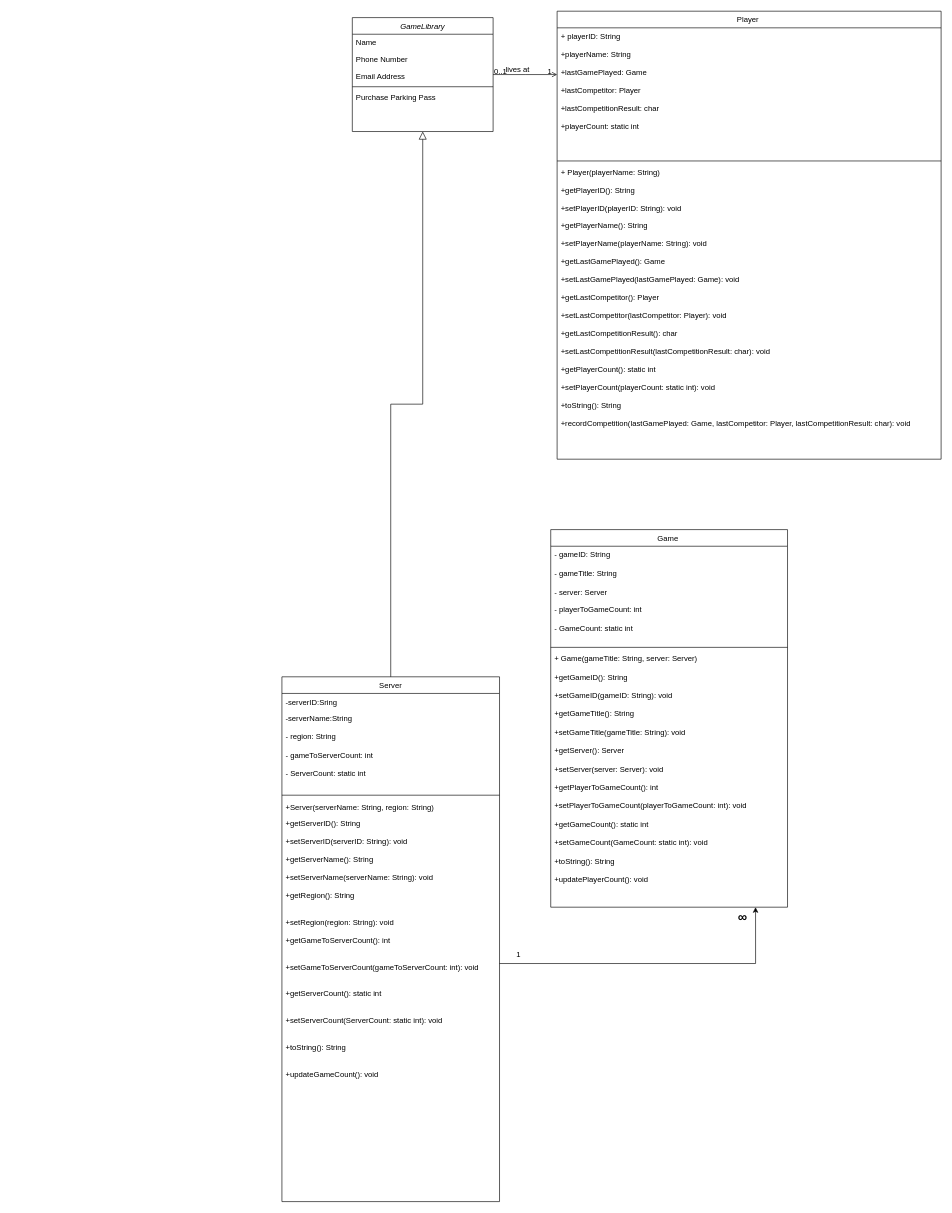
This is Untitled Diagram.drawio from Nada-saad635/Game-Management-System, a draw.io file, before an edit. Source tidied: cells renumbered, new cells numbered last; positions are measured from the earlier drawing's top-left corner, leaving out a move shared by most shapes. Both pictures are drawn from the tidied source at 64%, with x=0, y=0 at pixel (282, 11).
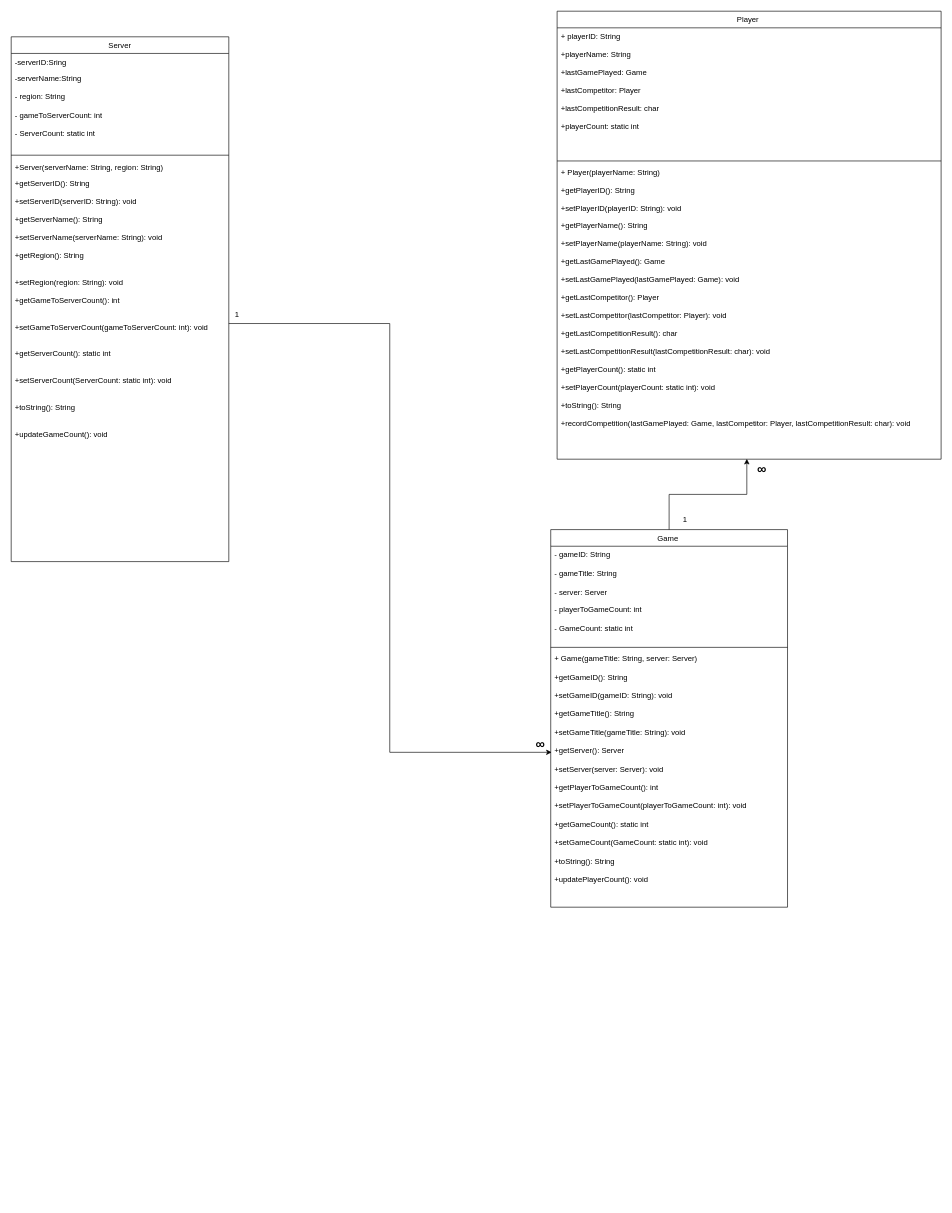
The same diagram, later.

Unchanged cells that the change refers to:
```xml
<mxCell id="14" value="+getServerID(): String&#10;&#10;+setServerID(serverID: String): void&#10;&#10;+getServerName(): String&#10;&#10;+setServerName(serverName: String): void&#10;&#10;+getRegion(): String&#10;&#10;&#10;+setRegion(region: String): void&#10; &#10;+getGameToServerCount(): int&#10;&#10;&#10;+setGameToServerCount(gameToServerCount: int): void&#10;&#10;&#10;+getServerCount(): static int&#10;&#10;&#10;+setServerCount(ServerCount: static int): void&#10;&#10;&#10;+toString(): String&#10;&#10;&#10;+updateGameCount(): void&#10;" style="text;align=left;verticalAlign=top;spacingLeft=4;spacingRight=4;overflow=hidden;points=[[0,0.5],[1,0.5]];portConstraint=eastwest;" parent="8" vertex="1">
  <mxGeometry y="216" width="340" height="464" as="geometry" />
</mxCell>
<mxCell id="16" value="Player " style="swimlane;fontStyle=0;align=center;verticalAlign=top;horizontal=1;startSize=26;rounded=0;shadow=0;strokeWidth=1;" parent="1" vertex="1">
  <mxGeometry x="430" width="600" height="700" as="geometry" />
</mxCell>
<mxCell id="19" value="+ Player(playerName: String) &#10;&#10;+getPlayerID(): String&#10;&#10;+setPlayerID(playerID: String): void&#10;&#10;+getPlayerName(): String&#10;&#10;+setPlayerName(playerName: String): void&#10;&#10;+getLastGamePlayed(): Game&#10;&#10;+setLastGamePlayed(lastGamePlayed: Game): void&#10;&#10;+getLastCompetitor(): Player&#10;&#10;+setLastCompetitor(lastCompetitor: Player): void&#10;&#10;+getLastCompetitionResult(): char&#10;&#10;+setLastCompetitionResult(lastCompetitionResult: char): void&#10;&#10;+getPlayerCount(): static int&#10;&#10;+setPlayerCount(playerCount: static int): void&#10;&#10;+toString(): String&#10;&#10;+recordCompetition(lastGamePlayed: Game, lastCompetitor: Player, lastCompetitionResult: char): void" style="text;align=left;verticalAlign=top;spacingLeft=4;spacingRight=4;overflow=hidden;points=[[0,0.5],[1,0.5]];portConstraint=eastwest;" parent="16" vertex="1">
  <mxGeometry y="238" width="600" height="462" as="geometry" />
</mxCell>
<mxCell id="24" value="&lt;span style=&quot;font-weight: 400; text-wrap-mode: nowrap;&quot;&gt;Game&amp;nbsp;&lt;/span&gt;" style="swimlane;fontStyle=1;align=center;verticalAlign=top;horizontal=1;startSize=26;whiteSpace=wrap;html=1;" parent="1" vertex="1">
  <mxGeometry x="420" y="810" width="370" height="590" as="geometry" />
</mxCell>
<mxCell id="27" value="+ Game(gameTitle: String, server: Server)&amp;nbsp;&lt;div&gt;&lt;br&gt;+getGameID(): String&lt;/div&gt;&lt;div&gt;&lt;br&gt;+setGameID(gameID: String): void&lt;/div&gt;&lt;div&gt;&lt;br&gt;+getGameTitle(): String&lt;/div&gt;&lt;div&gt;&lt;br&gt;+setGameTitle(gameTitle: String): void&lt;/div&gt;&lt;div&gt;&lt;br&gt;+getServer(): Server&lt;/div&gt;&lt;div&gt;&lt;br&gt;+setServer(server: Server): void&lt;/div&gt;&lt;div&gt;&lt;br&gt;+getPlayerToGameCount(): int&lt;/div&gt;&lt;div&gt;&lt;br&gt;+setPlayerToGameCount(playerToGameCount: int): void&lt;/div&gt;&lt;div&gt;&lt;br&gt;+getGameCount(): static int&lt;/div&gt;&lt;div&gt;&lt;br&gt;+setGameCount(GameCount: static int): void&lt;/div&gt;&lt;div&gt;&lt;br&gt;+toString(): String&lt;/div&gt;&lt;div&gt;&lt;br&gt;+updatePlayerCount(): void&lt;/div&gt;&lt;div&gt;&lt;br&gt;&lt;/div&gt;" style="text;strokeColor=none;fillColor=none;align=left;verticalAlign=top;spacingLeft=4;spacingRight=4;overflow=hidden;points=[[0,0.5],[1,0.5]];portConstraint=eastwest;whiteSpace=wrap;html=1;" parent="24" vertex="1">
  <mxGeometry y="188" width="370" height="402" as="geometry" />
</mxCell>
```

What changed in the source:
```diff
@@
-    <mxCell id="2" value="GameLibrary" style="swimlane;fontStyle=2;align=center;verticalAlign=top;horizontal=1;startSize=26;rounded=0;shadow=0;strokeWidth=1;" parent="1" vertex="1">
-      <mxGeometry x="110" y="10" width="220" height="178" as="geometry" />
-    </mxCell>
-    <mxCell id="3" value="Name" style="text;align=left;verticalAlign=top;spacingLeft=4;spacingRight=4;overflow=hidden;" parent="2" vertex="1">
-      <mxGeometry y="26" width="220" height="26" as="geometry" />
-    </mxCell>
-    <mxCell id="4" value="Phone Number" style="text;align=left;verticalAlign=top;spacingLeft=4;spacingRight=4;overflow=hidden;rounded=0;shadow=0;html=0;" parent="2" vertex="1">
-      <mxGeometry y="52" width="220" height="26" as="geometry" />
-    </mxCell>
-    <mxCell id="5" value="Email Address" style="text;align=left;verticalAlign=top;spacingLeft=4;spacingRight=4;overflow=hidden;rounded=0;shadow=0;html=0;" parent="2" vertex="1">
-      <mxGeometry y="78" width="220" height="26" as="geometry" />
-    </mxCell>
-    <mxCell id="6" style="line;html=1;strokeWidth=1;align=left;verticalAlign=middle;spacingTop=-1;spacingLeft=3;spacingRight=3;labelPosition=right;" parent="2" vertex="1">
-      <mxGeometry y="104" width="220" height="8" as="geometry" />
-    </mxCell>
-    <mxCell id="7" value="Purchase Parking Pass" style="text;align=left;verticalAlign=top;spacingLeft=4;spacingRight=4;overflow=hidden;" parent="2" vertex="1">
-      <mxGeometry y="112" width="220" height="26" as="geometry" />
-    </mxCell>
     <mxCell id="8" value="Server" style="swimlane;fontStyle=0;align=center;verticalAlign=top;horizontal=1;startSize=26;rounded=0;shadow=0;strokeWidth=1;" parent="1" vertex="1">
-      <mxGeometry y="1040" width="340" height="820" as="geometry" />
+      <mxGeometry x="-423" y="40" width="340" height="820" as="geometry" />
     </mxCell>
@@
-    <mxCell id="15" style="endArrow=block;endSize=10;endFill=0;shadow=0;strokeWidth=1;rounded=0;curved=0;edgeStyle=elbowEdgeStyle;elbow=vertical;" parent="1" edge="1" source="8" target="2">
-      <mxGeometry relative="1" as="geometry" />
-    </mxCell>
@@
-    <mxCell id="20" style="endArrow=open;shadow=0;strokeWidth=1;rounded=0;curved=0;endFill=1;edgeStyle=elbowEdgeStyle;elbow=vertical;" parent="1" edge="1" source="2" target="16">
-      <mxGeometry x="0.5" y="41" relative="1" as="geometry">
-        <mxPoint x="-40" y="32" as="offset" />
-      </mxGeometry>
-    </mxCell>
-    <mxCell id="21" value="0..1" style="align=left;verticalAlign=bottom;labelBackgroundColor=none;fontSize=12;" parent="20" vertex="1">
-      <mxGeometry x="-1" relative="1" as="geometry">
-        <mxPoint y="4" as="offset" />
-      </mxGeometry>
-    </mxCell>
-    <mxCell id="22" value="1" style="align=right;verticalAlign=bottom;labelBackgroundColor=none;fontSize=12;" parent="20" vertex="1">
-      <mxGeometry x="1" relative="1" as="geometry">
-        <mxPoint x="-7" y="4" as="offset" />
-      </mxGeometry>
-    </mxCell>
-    <mxCell id="23" value="lives at" style="text;html=1;align=center;verticalAlign=middle;labelBackgroundColor=none;rounded=0;shadow=0;strokeWidth=1;fontSize=12;" parent="20" vertex="1">
-      <mxGeometry x="0.5" y="49" relative="1" as="geometry">
-        <mxPoint x="-38" y="40" as="offset" />
-      </mxGeometry>
-    </mxCell>
@@
-    <mxCell id="28" style="edgeStyle=orthogonalEdgeStyle;rounded=0;jettySize=auto;html=1;exitX=1;exitY=0.5;exitDx=0;exitDy=0;entryX=0.865;entryY=1;entryDx=0;entryDy=0;entryPerimeter=0;" parent="1" edge="1" source="14" target="27">
-      <mxGeometry relative="1" as="geometry" />
-    </mxCell>
     <mxCell id="29" value="1" style="text;html=1;align=center;verticalAlign=middle;whiteSpace=wrap;rounded=0;" parent="1" vertex="1">
-      <mxGeometry x="340" y="1460" width="60" height="30" as="geometry" />
+      <mxGeometry x="-100" y="460" width="60" height="30" as="geometry" />
     </mxCell>
     <mxCell id="30" value="&lt;h3&gt;&lt;span style=&quot;font-family: Roboto, Helvetica, sans-serif; font-size: 14px; text-align: left; text-wrap-mode: nowrap; background-color: rgb(255, 255, 255);&quot;&gt;&lt;font style=&quot;color: rgb(0, 0, 0);&quot;&gt;&lt;b&gt;∞&lt;/b&gt;&lt;/font&gt;&lt;/span&gt;&lt;/h3&gt;" style="text;html=1;align=center;verticalAlign=middle;whiteSpace=wrap;rounded=0;" parent="1" vertex="1">
-      <mxGeometry x="700" y="1400" width="40" height="30" as="geometry" />
+      <mxGeometry x="384" y="1130" width="40" height="30" as="geometry" />
     </mxCell>
+    <mxCell id="31" style="edgeStyle=orthogonalEdgeStyle;rounded=0;jettySize=auto;html=1;exitX=0.5;exitY=0;exitDx=0;exitDy=0;entryX=0.494;entryY=0.999;entryDx=0;entryDy=0;entryPerimeter=0;" parent="1" edge="1" source="24" target="19">
+      <mxGeometry relative="1" as="geometry" />
+    </mxCell>
+    <mxCell id="22" value="1" style="text;html=1;align=center;verticalAlign=middle;whiteSpace=wrap;rounded=0;" parent="1" vertex="1">
+      <mxGeometry x="600" y="780" width="60" height="30" as="geometry" />
+    </mxCell>
+    <mxCell id="32" value="&lt;h3&gt;&lt;span style=&quot;font-family: Roboto, Helvetica, sans-serif; font-size: 14px; text-align: left; text-wrap-mode: nowrap; background-color: rgb(255, 255, 255);&quot;&gt;&lt;font style=&quot;color: rgb(0, 0, 0);&quot;&gt;&lt;b&gt;∞&lt;/b&gt;&lt;/font&gt;&lt;/span&gt;&lt;/h3&gt;" style="text;html=1;align=center;verticalAlign=middle;whiteSpace=wrap;rounded=0;" parent="1" vertex="1">
+      <mxGeometry x="730" y="700" width="40" height="30" as="geometry" />
+    </mxCell>
+    <mxCell id="28" style="edgeStyle=orthogonalEdgeStyle;rounded=0;jettySize=auto;html=1;entryX=0.004;entryY=0.398;entryDx=0;entryDy=0;entryPerimeter=0;exitX=1;exitY=0.5;exitDx=0;exitDy=0;" parent="1" edge="1" source="14" target="27">
+      <mxGeometry relative="1" as="geometry" />
+    </mxCell>
```
